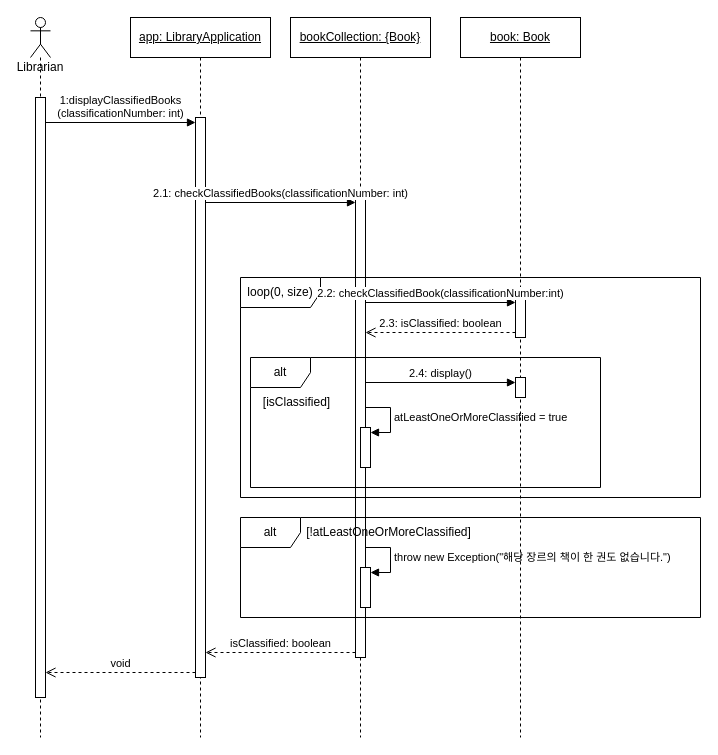
Halozhan/2023-2-LibraryApplication keeps this draw.io diagram as UML/SD7 displayClassifiedBooks.drawio. Above is the earlier version. Source tidied: cells renumbered, new cells numbered last; positions are measured from the earlier drawing's top-left corner, leaving out a move shared by most shapes. Both pictures are drawn from the tidied source at 100%, with x=0, y=0 at pixel (30, 17).
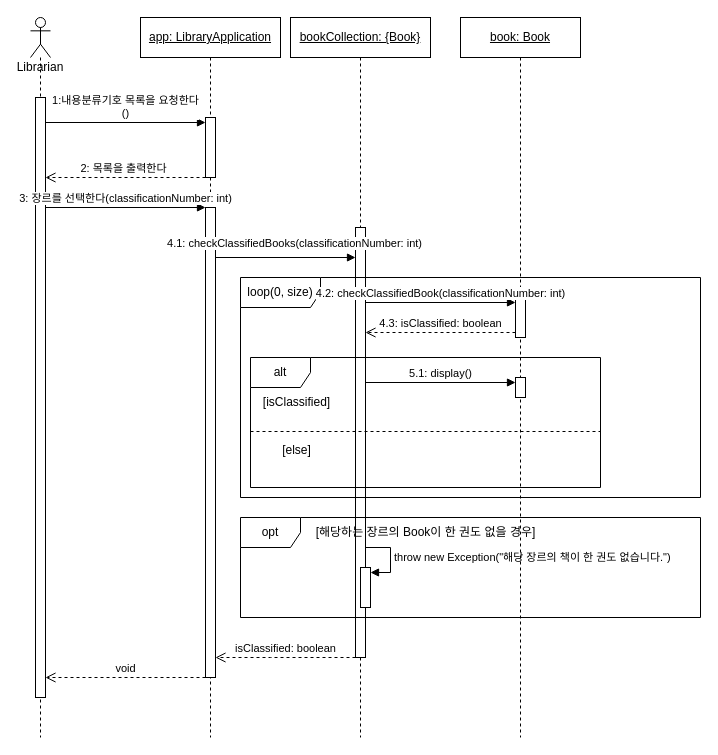
The same page after the edit.

The change refers to these unchanged cells:
```xml
<mxCell id="3" style="html=1;points=[[0,0,0,0,5],[0,1,0,0,-5],[1,0,0,0,5],[1,1,0,0,-5]];perimeter=orthogonalPerimeter;outlineConnect=0;targetShapes=umlLifeline;portConstraint=eastwest;newEdgeStyle={&quot;curved&quot;:0,&quot;rounded&quot;:0};" parent="2" vertex="1">
  <mxGeometry x="5" y="80" width="10" height="600" as="geometry" />
</mxCell>
<mxCell id="8" value="&lt;u style=&quot;border-color: var(--border-color);&quot;&gt;bookCollection: {Book}&lt;/u&gt;" style="shape=umlLifeline;perimeter=lifelinePerimeter;whiteSpace=wrap;html=1;newEdgeStyle={&quot;curved&quot;:0,&quot;rounded&quot;:0};" parent="1" vertex="1">
  <mxGeometry x="260" width="140" height="720" as="geometry" />
</mxCell>
<mxCell id="15" style="html=1;points=[[0,0,0,0,5],[0,1,0,0,-5],[1,0,0,0,5],[1,1,0,0,-5]];perimeter=orthogonalPerimeter;outlineConnect=0;targetShapes=umlLifeline;portConstraint=eastwest;newEdgeStyle={&quot;curved&quot;:0,&quot;rounded&quot;:0};" parent="14" vertex="1">
  <mxGeometry x="55" y="280" width="10" height="40" as="geometry" />
</mxCell>
<mxCell id="16" style="html=1;points=[[0,0,0,0,5],[0,1,0,0,-5],[1,0,0,0,5],[1,1,0,0,-5]];perimeter=orthogonalPerimeter;outlineConnect=0;targetShapes=umlLifeline;portConstraint=eastwest;newEdgeStyle={&quot;curved&quot;:0,&quot;rounded&quot;:0};" parent="14" vertex="1">
  <mxGeometry x="55" y="360" width="10" height="20" as="geometry" />
</mxCell>
<mxCell id="27" style="group;" parent="1" vertex="1">
  <mxGeometry x="210" y="500" width="460" height="100" as="geometry" />
</mxCell>
```

Change to the diagram source:
```diff
@@
     <mxCell id="4" value="&lt;u style=&quot;border-color: var(--border-color);&quot;&gt;app: LibraryApplication&lt;/u&gt;" style="shape=umlLifeline;perimeter=lifelinePerimeter;whiteSpace=wrap;html=1;newEdgeStyle={&quot;curved&quot;:0,&quot;rounded&quot;:0};" parent="1" vertex="1">
-      <mxGeometry x="100" width="140" height="720" as="geometry" />
+      <mxGeometry x="110" width="140" height="720" as="geometry" />
     </mxCell>
     <mxCell id="5" style="html=1;points=[[0,0,0,0,5],[0,1,0,0,-5],[1,0,0,0,5],[1,1,0,0,-5]];perimeter=orthogonalPerimeter;outlineConnect=0;targetShapes=umlLifeline;portConstraint=eastwest;newEdgeStyle={&quot;curved&quot;:0,&quot;rounded&quot;:0};" parent="4" vertex="1">
-      <mxGeometry x="65" y="100" width="10" height="560" as="geometry" />
+      <mxGeometry x="65" y="100" width="10" height="60" as="geometry" />
     </mxCell>
+    <mxCell id="30" style="html=1;points=[[0,0,0,0,5],[0,1,0,0,-5],[1,0,0,0,5],[1,1,0,0,-5]];perimeter=orthogonalPerimeter;outlineConnect=0;targetShapes=umlLifeline;portConstraint=eastwest;newEdgeStyle={&quot;curved&quot;:0,&quot;rounded&quot;:0};" parent="4" vertex="1">
+      <mxGeometry x="65" y="190" width="10" height="470" as="geometry" />
+    </mxCell>
-    <mxCell id="6" value="&lt;span id=&quot;docs-internal-guid-0926cf9c-7fff-bed2-d744-b1c723d3b45c&quot;&gt;&lt;/span&gt;&lt;div style=&quot;border-color: var(--border-color);&quot;&gt;1:displayClassifiedBooks&lt;/div&gt;(classificationNumber: int)" style="html=1;verticalAlign=bottom;endArrow=block;curved=0;rounded=0;entryX=0;entryY=0;entryDx=0;entryDy=5;" parent="1" edge="1" source="3" target="5">
+    <mxCell id="6" value="&lt;span id=&quot;docs-internal-guid-0926cf9c-7fff-bed2-d744-b1c723d3b45c&quot;&gt;&lt;/span&gt;&lt;div style=&quot;border-color: var(--border-color);&quot;&gt;1:내용분류기호 목록을 요청한다&lt;/div&gt;()" style="html=1;verticalAlign=bottom;endArrow=block;curved=0;rounded=0;entryX=0;entryY=0;entryDx=0;entryDy=5;" parent="1" edge="1" source="3" target="5">
       <mxGeometry relative="1" as="geometry" />
     </mxCell>
-    <mxCell id="7" value="void" style="html=1;verticalAlign=bottom;endArrow=open;dashed=1;endSize=8;curved=0;rounded=0;exitX=0;exitY=1;exitDx=0;exitDy=-5;exitPerimeter=0;" parent="1" edge="1" source="5" target="3">
-      <mxGeometry relative="1" as="geometry" />
+    <mxCell id="7" value="void" style="html=1;verticalAlign=bottom;endArrow=open;dashed=1;endSize=8;curved=0;rounded=0;" parent="1" edge="1" source="30">
+      <mxGeometry relative="1" as="geometry">
+        <mxPoint x="15" y="660" as="targetPoint" />
+        <Array as="points">
+          <mxPoint x="80" y="660" />
+        </Array>
+      </mxGeometry>
     </mxCell>
@@
     <mxCell id="9" style="html=1;points=[[0,0,0,0,5],[0,1,0,0,-5],[1,0,0,0,5],[1,1,0,0,-5]];perimeter=orthogonalPerimeter;outlineConnect=0;targetShapes=umlLifeline;portConstraint=eastwest;newEdgeStyle={&quot;curved&quot;:0,&quot;rounded&quot;:0};" parent="8" vertex="1">
-      <mxGeometry x="65" y="180" width="10" height="460" as="geometry" />
+      <mxGeometry x="65" y="210" width="10" height="430" as="geometry" />
     </mxCell>
-    <mxCell id="10" style="html=1;points=[[0,0,0,0,5],[0,1,0,0,-5],[1,0,0,0,5],[1,1,0,0,-5]];perimeter=orthogonalPerimeter;outlineConnect=0;targetShapes=umlLifeline;portConstraint=eastwest;newEdgeStyle={&quot;curved&quot;:0,&quot;rounded&quot;:0};" parent="8" vertex="1">
-      <mxGeometry x="70" y="410" width="10" height="40" as="geometry" />
-    </mxCell>
-    <mxCell id="11" value="atLeastOneOrMoreClassified = true" style="html=1;align=left;spacingLeft=2;endArrow=block;rounded=0;edgeStyle=orthogonalEdgeStyle;curved=0;rounded=0;entryX=1;entryY=0;entryDx=0;entryDy=5;entryPerimeter=0;" parent="8" edge="1" target="10">
-      <mxGeometry relative="1" as="geometry">
-        <mxPoint x="75" y="390" as="sourcePoint" />
-        <Array as="points">
-          <mxPoint x="100" y="390" />
-          <mxPoint x="100" y="415" />
-        </Array>
-      </mxGeometry>
-    </mxCell>
@@
-    <mxCell id="17" value="isClassified: boolean" style="html=1;verticalAlign=bottom;endArrow=open;dashed=1;endSize=8;curved=0;rounded=0;exitX=0;exitY=1;exitDx=0;exitDy=-5;" parent="1" edge="1" source="9" target="5">
-      <mxGeometry relative="1" as="geometry" />
+    <mxCell id="17" value="isClassified: boolean" style="html=1;verticalAlign=bottom;endArrow=open;dashed=1;endSize=8;curved=0;rounded=0;exitX=0;exitY=1;exitDx=0;exitDy=-5;" parent="1" edge="1" target="30">
+      <mxGeometry relative="1" as="geometry">
+        <mxPoint x="325" y="640" as="sourcePoint" />
+        <Array as="points">
+          <mxPoint x="240" y="640" />
+        </Array>
+      </mxGeometry>
     </mxCell>
-    <mxCell id="18" value="2.1: checkClassifiedBooks(classificationNumber: int)" style="html=1;verticalAlign=bottom;endArrow=block;curved=0;rounded=0;entryX=0;entryY=0;entryDx=0;entryDy=5;" parent="1" edge="1" source="5" target="9">
-      <mxGeometry relative="1" as="geometry" />
+    <mxCell id="18" value="4.1: checkClassifiedBooks(classificationNumber: int)" style="html=1;verticalAlign=bottom;endArrow=block;curved=0;rounded=0;" parent="1" edge="1" source="30">
+      <mxGeometry x="0.13" y="5" relative="1" as="geometry">
+        <mxPoint x="325" y="240" as="targetPoint" />
+      </mxGeometry>
     </mxCell>
@@
-    <mxCell id="21" value="2.2: checkClassifiedBook(classificationNumber:int)" style="html=1;verticalAlign=bottom;endArrow=block;curved=0;rounded=0;entryX=0;entryY=0;entryDx=0;entryDy=5;" parent="1" edge="1" source="9" target="15">
+    <mxCell id="21" value="4.2: checkClassifiedBook(classificationNumber: int)" style="html=1;verticalAlign=bottom;endArrow=block;curved=0;rounded=0;entryX=0;entryY=0;entryDx=0;entryDy=5;" parent="1" edge="1" source="9" target="15">
       <mxGeometry relative="1" as="geometry" />
     </mxCell>
-    <mxCell id="22" value="2.3: isClassified: boolean" style="html=1;verticalAlign=bottom;endArrow=open;dashed=1;endSize=8;curved=0;rounded=0;exitX=0;exitY=1;exitDx=0;exitDy=-5;" parent="1" edge="1" source="15" target="9">
+    <mxCell id="22" value="4.3: isClassified: boolean" style="html=1;verticalAlign=bottom;endArrow=open;dashed=1;endSize=8;curved=0;rounded=0;exitX=0;exitY=1;exitDx=0;exitDy=-5;" parent="1" edge="1" source="15" target="9">
       <mxGeometry relative="1" as="geometry" />
     </mxCell>
@@
-    <mxCell id="26" value="2.4: display()" style="html=1;verticalAlign=bottom;startArrow=none;endArrow=block;startSize=8;curved=0;rounded=0;entryX=0;entryY=0;entryDx=0;entryDy=5;startFill=0;" parent="1" edge="1" source="9" target="16">
+    <mxCell id="26" value="5.1: display()" style="html=1;verticalAlign=bottom;startArrow=none;endArrow=block;startSize=8;curved=0;rounded=0;entryX=0;entryY=0;entryDx=0;entryDy=5;startFill=0;" parent="1" edge="1" source="9" target="16">
       <mxGeometry relative="1" as="geometry" />
     </mxCell>
@@
-    <mxCell id="28" value="alt" style="shape=umlFrame;whiteSpace=wrap;html=1;" parent="27" vertex="1">
+    <mxCell id="28" value="opt" style="shape=umlFrame;whiteSpace=wrap;html=1;" parent="27" vertex="1">
       <mxGeometry width="460" height="100" as="geometry" />
     </mxCell>
-    <mxCell id="29" value="[!atLeastOneOrMoreClassified]" style="text;html=1;align=center;verticalAlign=middle;strokeColor=none;fillColor=none;" parent="27" vertex="1">
-      <mxGeometry x="52.5" width="190" height="30" as="geometry" />
+    <mxCell id="29" value="[해당하는 장르의 Book이 한 권도 없을 경우]" style="text;html=1;align=center;verticalAlign=middle;strokeColor=none;fillColor=none;" parent="27" vertex="1">
+      <mxGeometry x="55" width="260" height="30" as="geometry" />
     </mxCell>
+    <mxCell id="31" style="line;strokeWidth=1;fillColor=none;align=left;verticalAlign=middle;spacingTop=-1;spacingLeft=3;spacingRight=3;labelPosition=right;strokeColor=inherit;dashed=1;" parent="1" vertex="1">
+      <mxGeometry x="220" y="410" width="350" height="8" as="geometry" />
+    </mxCell>
+    <mxCell id="32" value="[else]" style="text;html=1;align=center;verticalAlign=middle;strokeColor=none;fillColor=none;" parent="1" vertex="1">
+      <mxGeometry x="241" y="418" width="50" height="30" as="geometry" />
+    </mxCell>
+    <mxCell id="33" style="html=1;verticalAlign=bottom;endArrow=open;dashed=1;endSize=8;curved=0;rounded=0;" parent="1" edge="1" source="5" target="3">
+      <mxGeometry x="-0.19" y="-10" relative="1" as="geometry">
+        <Array as="points">
+          <mxPoint x="80" y="160" />
+        </Array>
+      </mxGeometry>
+    </mxCell>
+    <mxCell id="34" value="2: 목록을 출력한다" style="edgeLabel;html=1;align=center;verticalAlign=middle;" parent="33" vertex="1">
+      <mxGeometry x="0.04" y="3" relative="1" as="geometry">
+        <mxPoint y="-13" as="offset" />
+      </mxGeometry>
+    </mxCell>
+    <mxCell id="35" value="3: 장르를 선택한다(classificationNumber: int)" style="html=1;verticalAlign=bottom;endArrow=block;curved=0;rounded=0;" parent="1" edge="1">
+      <mxGeometry relative="1" as="geometry">
+        <mxPoint x="15" y="190" as="sourcePoint" />
+        <mxPoint x="175" y="190" as="targetPoint" />
+      </mxGeometry>
+    </mxCell>
```
